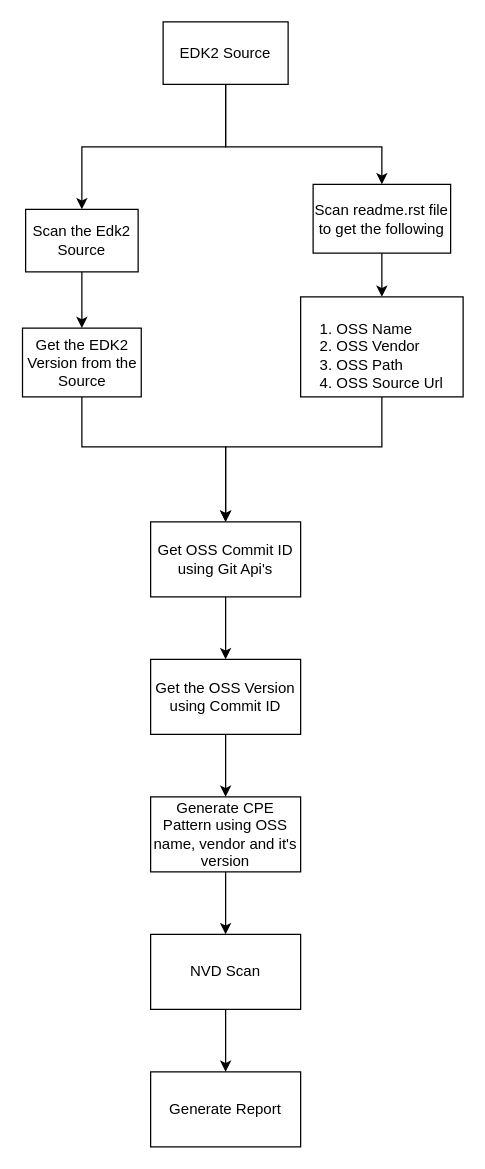
rajeshchinta/py keeps this draw.io diagram as EDK2_oss.drawio. Above is the earlier version. Source tidied: cells renumbered, new cells numbered last; positions are measured from the earlier drawing's top-left corner, leaving out a move shared by most shapes. Both pictures are drawn from the tidied source at 125%, with x=0, y=0 at pixel (22, 21).
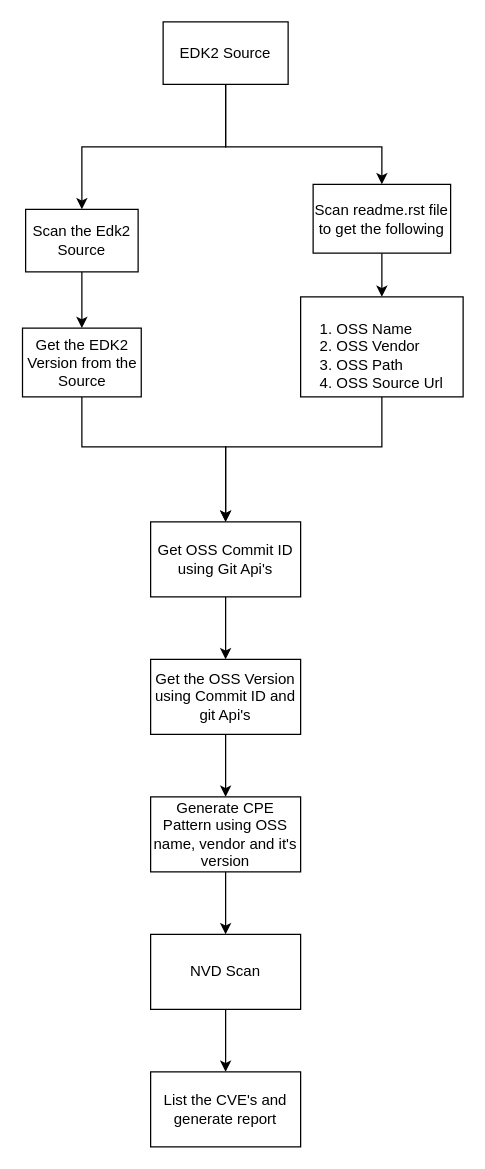
After the change.

The edit, as a diff of the source:
```diff
@@
-    <mxCell id="16" value="Get the OSS Version using Commit ID" style="rounded=0;whiteSpace=wrap;html=1;" parent="1" vertex="1">
+    <mxCell id="16" value="Get the OSS Version using Commit ID and git Api's" style="rounded=0;whiteSpace=wrap;html=1;" parent="1" vertex="1">
       <mxGeometry x="102" y="510" width="120" height="60" as="geometry" />
     </mxCell>
@@
-    <mxCell id="21" value="Generate Report" style="whiteSpace=wrap;html=1;rounded=0;" parent="1" vertex="1">
+    <mxCell id="21" value="List the CVE's and generate report" style="whiteSpace=wrap;html=1;rounded=0;" parent="1" vertex="1">
       <mxGeometry x="102" y="840" width="120" height="60" as="geometry" />
     </mxCell>
```
